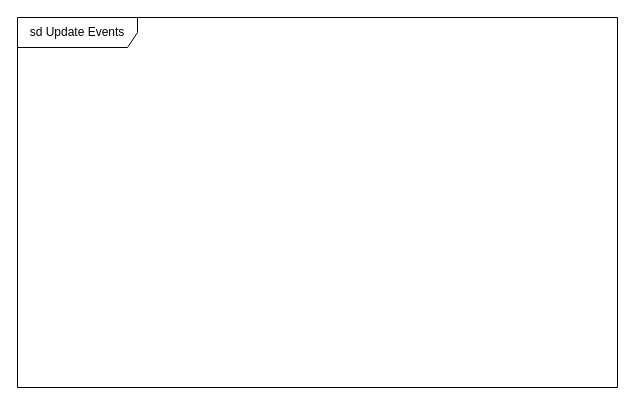
Above: Update Events Sequence Diagram.drawio in m-bassiri/HamyarApp (draw.io), before the change. Source tidied: cells renumbered, new cells numbered last; positions are measured from the earlier drawing's top-left corner, leaving out a move shared by most shapes. Both pictures are drawn from the tidied source at 100%, with x=0, y=0 at pixel (17, 17).
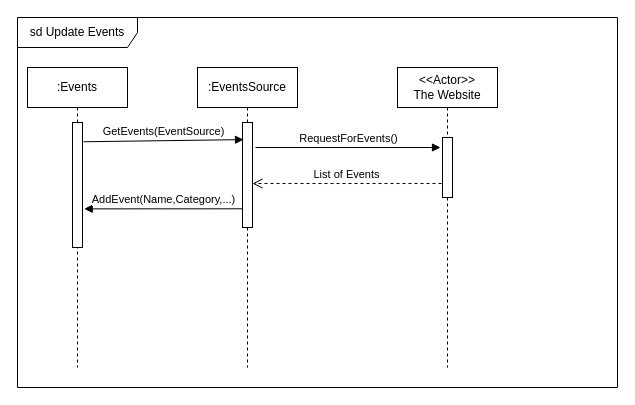
Above is the later version.

The edit, as a diff of the source:
```diff
@@
 <mxGraphModel>
   <root>
     <mxCell id="0" />
     <mxCell id="1" parent="0" />
     <mxCell id="2" value="sd Update Events" style="shape=umlFrame;whiteSpace=wrap;html=1;width=120;height=30;" parent="1" vertex="1">
       <mxGeometry width="600" height="370" as="geometry" />
     </mxCell>
+    <mxCell id="3" value=":Events&lt;br&gt;" style="shape=umlLifeline;perimeter=lifelinePerimeter;whiteSpace=wrap;html=1;" parent="1" vertex="1">
+      <mxGeometry x="10" y="50" width="100" height="300" as="geometry" />
+    </mxCell>
+    <mxCell id="4" style="html=1;points=[];perimeter=orthogonalPerimeter;" parent="3" vertex="1">
+      <mxGeometry x="45" y="55" width="10" height="125" as="geometry" />
+    </mxCell>
+    <mxCell id="5" value=":EventsSource" style="shape=umlLifeline;perimeter=lifelinePerimeter;whiteSpace=wrap;html=1;" parent="1" vertex="1">
+      <mxGeometry x="180" y="50" width="100" height="300" as="geometry" />
+    </mxCell>
+    <mxCell id="6" style="html=1;points=[];perimeter=orthogonalPerimeter;" parent="5" vertex="1">
+      <mxGeometry x="45" y="55" width="10" height="105" as="geometry" />
+    </mxCell>
+    <mxCell id="7" value="&amp;lt;&amp;lt;Actor&amp;gt;&amp;gt;&lt;br&gt;The Website&lt;br&gt;" style="shape=umlLifeline;perimeter=lifelinePerimeter;whiteSpace=wrap;html=1;" parent="1" vertex="1">
+      <mxGeometry x="380" y="50" width="100" height="300" as="geometry" />
+    </mxCell>
+    <mxCell id="8" style="html=1;points=[];perimeter=orthogonalPerimeter;" parent="7" vertex="1">
+      <mxGeometry x="45" y="70" width="10" height="60" as="geometry" />
+    </mxCell>
+    <mxCell id="9" value="GetEvents(EventSource)" style="html=1;verticalAlign=bottom;endArrow=block;exitX=1.1;exitY=0.154;exitDx=0;exitDy=0;exitPerimeter=0;entryX=0.1;entryY=0.163;entryDx=0;entryDy=0;entryPerimeter=0;" parent="1" edge="1" source="4" target="6">
+      <mxGeometry relative="1" as="geometry" />
+    </mxCell>
+    <mxCell id="10" value="RequestForEvents()" style="html=1;verticalAlign=bottom;endArrow=block;exitX=1.3;exitY=0.371;exitDx=0;exitDy=0;exitPerimeter=0;entryX=-0.233;entryY=0.192;entryDx=0;entryDy=0;entryPerimeter=0;" parent="1" edge="1">
+      <mxGeometry relative="1" as="geometry">
+        <mxPoint x="238" y="130" as="sourcePoint" />
+        <mxPoint x="423" y="130" as="targetPoint" />
+      </mxGeometry>
+    </mxCell>
+    <mxCell id="11" value="List of Events" style="html=1;verticalAlign=bottom;endArrow=open;dashed=1;endSize=8;exitX=-0.1;exitY=0.767;exitDx=0;exitDy=0;exitPerimeter=0;" parent="1" edge="1" source="8" target="6">
+      <mxGeometry relative="1" as="geometry" />
+    </mxCell>
+    <mxCell id="12" value="AddEvent(Name,Category,...)" style="html=1;verticalAlign=bottom;endArrow=block;exitX=-0.033;exitY=0.822;exitDx=0;exitDy=0;exitPerimeter=0;entryX=1.167;entryY=0.691;entryDx=0;entryDy=0;entryPerimeter=0;" parent="1" edge="1" source="6" target="4">
+      <mxGeometry relative="1" as="geometry" />
+    </mxCell>
   </root>
 </mxGraphModel>
```
